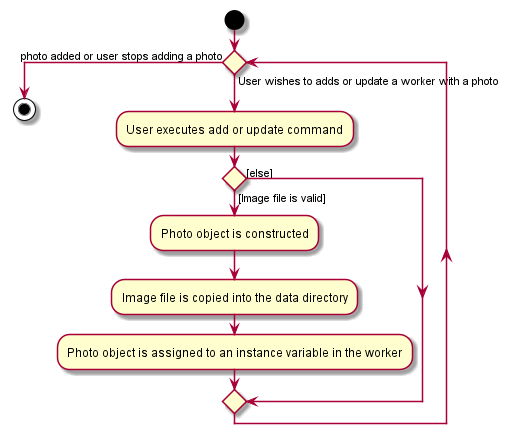
Earlier version of the PlantUML export images/PhotoActivityDiagram.png (AY1920S1-CS2103T-T13-2/main). The source it was exported from:
```plantuml
@startuml
start


while () is (User wishes to adds or update a worker with a photo)
    :User executes add or update command;


if () then ([Image file is valid])
    :Photo object is constructed;
    :Image file is copied into the data directory;
    :Photo object is assigned to an instance variable in the worker;
else ([else])
endif
endwhile (photo added or user stops adding a photo)
stop
@enduml
```
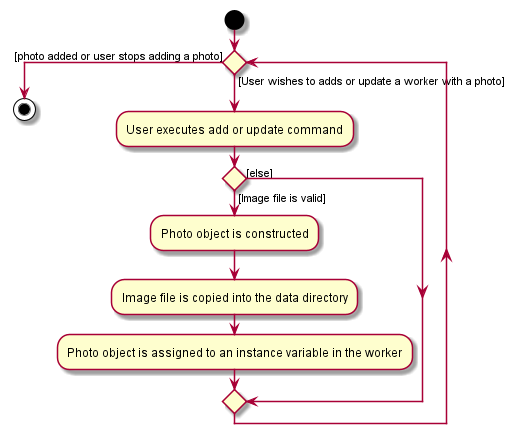
The same diagram one commit later.

Change to the diagram source:
```diff
@@ -2,7 +2,7 @@
 start
 
 
-while () is (User wishes to adds or update a worker with a photo)
+while () is ([User wishes to adds or update a worker with a photo])
     :User executes add or update command;
 
 
@@ -12,6 +12,6 @@
     :Photo object is assigned to an instance variable in the worker;
 else ([else])
 endif
-endwhile (photo added or user stops adding a photo)
+endwhile ([photo added or user stops adding a photo])
 stop
 @enduml
```
